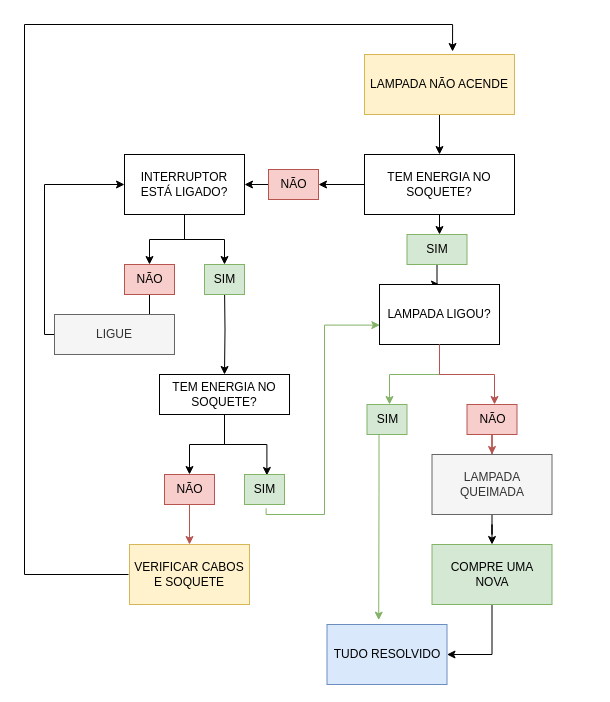
willfra/spotify keeps this draw.io diagram as Diagrama sem nome.drawio. Above is the earlier version. Source tidied: cells renumbered, new cells numbered last; positions are measured from the earlier drawing's top-left corner, leaving out a move shared by most shapes. Both pictures are drawn from the tidied source at 100%, with x=0, y=0 at pixel (24, 24).
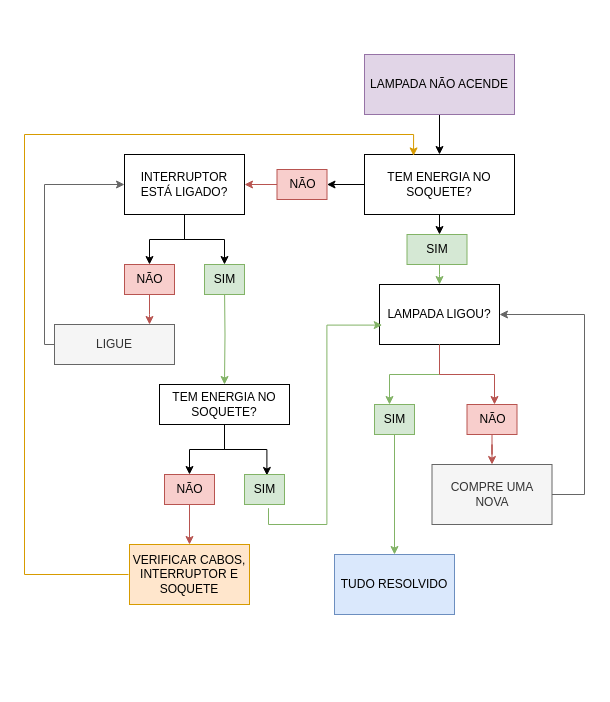
After the change.

The change refers to these unchanged cells:
```xml
<mxCell id="6" value="TEM ENERGIA NO SOQUETE?" style="rounded=0;whiteSpace=wrap;html=1;arcSize=50;" parent="1" vertex="1">
  <mxGeometry x="340" y="130" width="150" height="60" as="geometry" />
</mxCell>
<mxCell id="8" value="SIM" style="text;html=1;strokeColor=#82b366;fillColor=#d5e8d4;align=center;verticalAlign=middle;whiteSpace=wrap;rounded=0;" parent="1" vertex="1">
  <mxGeometry x="382.5" y="210" width="60" height="30" as="geometry" />
</mxCell>
<mxCell id="9" value="LAMPADA LIGOU?" style="whiteSpace=wrap;html=1;" parent="1" vertex="1">
  <mxGeometry x="355" y="260" width="120" height="60" as="geometry" />
</mxCell>
<mxCell id="14" value="INTERRUPTOR ESTÁ LIGADO?" style="whiteSpace=wrap;html=1;" parent="1" vertex="1">
  <mxGeometry x="100" y="130" width="120" height="60" as="geometry" />
</mxCell>
<mxCell id="20" value="NÃO" style="text;html=1;align=center;verticalAlign=middle;points=[];strokeColor=#b85450;fillColor=#f8cecc;" parent="1" vertex="1">
  <mxGeometry x="442.5" y="380" width="50" height="30" as="geometry" />
</mxCell>
<mxCell id="27" value="NÃO" style="text;html=1;align=center;verticalAlign=middle;points=[];strokeColor=#b85450;fillColor=#f8cecc;" parent="1" vertex="1">
  <mxGeometry x="100" y="240" width="50" height="30" as="geometry" />
</mxCell>
<mxCell id="36" value="SIM" style="text;html=1;align=center;verticalAlign=middle;points=[];strokeColor=#82b366;fillColor=#d5e8d4;" parent="1" vertex="1">
  <mxGeometry x="220" y="450" width="40" height="30" as="geometry" />
</mxCell>
```

The edit, as a diff of the source:
```diff
@@
-    <mxCell id="3" value="LAMPADA NÃO ACENDE" style="rounded=0;whiteSpace=wrap;html=1;arcSize=50;labelBackgroundColor=none;fillColor=#fff2cc;strokeColor=#d6b656;" parent="1" vertex="1">
+    <mxCell id="3" value="LAMPADA NÃO ACENDE" style="rounded=0;whiteSpace=wrap;html=1;arcSize=50;labelBackgroundColor=none;fillColor=#e1d5e7;strokeColor=#9673a6;" parent="1" vertex="1">
       <mxGeometry x="340" y="30" width="150" height="60" as="geometry" />
     </mxCell>
@@
-    <mxCell id="7" style="edgeStyle=orthogonalEdgeStyle;rounded=0;jettySize=auto;html=1;" parent="1" edge="1" source="8" target="9">
-      <mxGeometry relative="1" as="geometry" />
+    <mxCell id="7" style="edgeStyle=orthogonalEdgeStyle;rounded=0;jettySize=auto;html=1;entryX=0.5;entryY=0;entryDx=0;entryDy=0;fillColor=#d5e8d4;strokeColor=#82b366;" parent="1" edge="1" source="8" target="9">
+      <mxGeometry relative="1" as="geometry">
+        <Array as="points">
+          <mxPoint x="415" y="250" />
+          <mxPoint x="415" y="250" />
+        </Array>
+      </mxGeometry>
     </mxCell>
@@
-    <mxCell id="10" style="edgeStyle=orthogonalEdgeStyle;rounded=0;jettySize=auto;html=1;" parent="1" edge="1" source="11" target="14">
+    <mxCell id="10" style="edgeStyle=orthogonalEdgeStyle;rounded=0;jettySize=auto;html=1;fillColor=#f8cecc;strokeColor=#b85450;" parent="1" edge="1" source="11" target="14">
       <mxGeometry relative="1" as="geometry" />
     </mxCell>
     <mxCell id="11" value="NÃO" style="text;html=1;align=center;verticalAlign=middle;points=[];strokeColor=#b85450;fillColor=#f8cecc;" parent="1" vertex="1">
-      <mxGeometry x="244" y="145" width="50" height="30" as="geometry" />
+      <mxGeometry x="252.5" y="145" width="50" height="30" as="geometry" />
     </mxCell>
@@
-    <mxCell id="17" style="edgeStyle=orthogonalEdgeStyle;rounded=0;jettySize=auto;html=1;entryX=0.431;entryY=-0.072;entryDx=0;entryDy=0;entryPerimeter=0;fillColor=#d5e8d4;strokeColor=#82b366;" parent="1" edge="1" source="18" target="23">
-      <mxGeometry relative="1" as="geometry">
-        <Array as="points">
-          <mxPoint x="354.5" y="470" />
-          <mxPoint x="354.5" y="470" />
-        </Array>
-      </mxGeometry>
+    <mxCell id="17" style="edgeStyle=orthogonalEdgeStyle;rounded=0;jettySize=auto;html=1;entryX=0.5;entryY=0;entryDx=0;entryDy=0;fillColor=#d5e8d4;strokeColor=#82b366;" parent="1" edge="1" source="18" target="23">
+      <mxGeometry relative="1" as="geometry" />
     </mxCell>
     <mxCell id="18" value="SIM&lt;br&gt;" style="text;html=1;align=center;verticalAlign=middle;points=[];strokeColor=#82b366;fillColor=#d5e8d4;" parent="1" vertex="1">
-      <mxGeometry x="342.5" y="380" width="40" height="30" as="geometry" />
+      <mxGeometry x="350" y="380" width="40" height="30" as="geometry" />
     </mxCell>
-    <mxCell id="19" style="edgeStyle=orthogonalEdgeStyle;rounded=0;jettySize=auto;html=1;fillColor=#f8cecc;strokeColor=#b85450;" parent="1" edge="1" source="20" target="22">
-      <mxGeometry relative="1" as="geometry" />
-    </mxCell>
+    <mxCell id="41" style="edgeStyle=orthogonalEdgeStyle;rounded=0;jettySize=auto;html=1;fillColor=#f8cecc;strokeColor=#b85450;" parent="1" edge="1" source="20" target="31">
+      <mxGeometry relative="1" as="geometry" />
+    </mxCell>
@@
-    <mxCell id="21" style="edgeStyle=orthogonalEdgeStyle;rounded=0;jettySize=auto;html=1;" parent="1" edge="1" source="22" target="31">
-      <mxGeometry relative="1" as="geometry" />
-    </mxCell>
-    <mxCell id="22" value="LAMPADA QUEIMADA" style="whiteSpace=wrap;html=1;fillColor=#f5f5f5;fontColor=#333333;strokeColor=#666666;" parent="1" vertex="1">
-      <mxGeometry x="407.5" y="430" width="120" height="60" as="geometry" />
-    </mxCell>
     <mxCell id="23" value="TUDO RESOLVIDO" style="whiteSpace=wrap;html=1;fillColor=#dae8fc;strokeColor=#6c8ebf;" parent="1" vertex="1">
-      <mxGeometry x="302.5" y="600" width="120" height="60" as="geometry" />
+      <mxGeometry x="310" y="530" width="120" height="60" as="geometry" />
     </mxCell>
-    <mxCell id="24" style="edgeStyle=orthogonalEdgeStyle;rounded=0;jettySize=auto;html=1;entryX=0.5;entryY=0;entryDx=0;entryDy=0;" parent="1" edge="1" target="34">
+    <mxCell id="24" style="edgeStyle=orthogonalEdgeStyle;rounded=0;jettySize=auto;html=1;entryX=0.5;entryY=0;entryDx=0;entryDy=0;fillColor=#d5e8d4;strokeColor=#82b366;" parent="1" edge="1" target="34">
       <mxGeometry relative="1" as="geometry">
         <mxPoint x="200" y="260" as="sourcePoint" />
       </mxGeometry>
     </mxCell>
@@
-    <mxCell id="26" style="edgeStyle=orthogonalEdgeStyle;rounded=0;jettySize=auto;html=1;" parent="1" edge="1" source="27">
+    <mxCell id="26" style="edgeStyle=orthogonalEdgeStyle;rounded=0;jettySize=auto;html=1;fillColor=#f8cecc;strokeColor=#b85450;" parent="1" edge="1" source="27">
       <mxGeometry relative="1" as="geometry">
         <mxPoint x="125" y="300" as="targetPoint" />
       </mxGeometry>
     </mxCell>
@@
-    <mxCell id="28" style="edgeStyle=orthogonalEdgeStyle;rounded=0;jettySize=auto;html=1;entryX=0;entryY=0.5;entryDx=0;entryDy=0;" parent="1" edge="1" source="29" target="14">
+    <mxCell id="28" style="edgeStyle=orthogonalEdgeStyle;rounded=0;jettySize=auto;html=1;entryX=0;entryY=0.5;entryDx=0;entryDy=0;exitX=0;exitY=0.5;exitDx=0;exitDy=0;fillColor=#f5f5f5;strokeColor=#666666;" parent="1" edge="1" source="29" target="14">
       <mxGeometry relative="1" as="geometry">
         <Array as="points">
-          <mxPoint x="20" y="310" />
+          <mxPoint x="20" y="320" />
           <mxPoint x="20" y="160" />
         </Array>
       </mxGeometry>
     </mxCell>
     <mxCell id="29" value="LIGUE" style="whiteSpace=wrap;html=1;fillColor=#f5f5f5;fontColor=#333333;strokeColor=#666666;" parent="1" vertex="1">
-      <mxGeometry x="30" y="290" width="120" height="40" as="geometry" />
+      <mxGeometry x="30" y="300" width="120" height="40" as="geometry" />
     </mxCell>
-    <mxCell id="30" style="edgeStyle=orthogonalEdgeStyle;rounded=0;jettySize=auto;html=1;entryX=1;entryY=0.5;entryDx=0;entryDy=0;" parent="1" edge="1" source="31" target="23">
-      <mxGeometry relative="1" as="geometry" />
-    </mxCell>
+    <mxCell id="42" style="edgeStyle=orthogonalEdgeStyle;rounded=0;jettySize=auto;html=1;entryX=1;entryY=0.5;entryDx=0;entryDy=0;exitX=1;exitY=0.5;exitDx=0;exitDy=0;fillColor=#f5f5f5;strokeColor=#666666;" parent="1" edge="1" source="31" target="9">
+      <mxGeometry relative="1" as="geometry">
+        <Array as="points">
+          <mxPoint x="560" y="470" />
+          <mxPoint x="560" y="290" />
+        </Array>
+      </mxGeometry>
+    </mxCell>
-    <mxCell id="31" value="COMPRE UMA NOVA" style="whiteSpace=wrap;html=1;fillColor=#d5e8d4;strokeColor=#82b366;" parent="1" vertex="1">
-      <mxGeometry x="407.5" y="520" width="120" height="60" as="geometry" />
+    <mxCell id="31" value="COMPRE UMA NOVA" style="whiteSpace=wrap;html=1;fillColor=#f5f5f5;strokeColor=#666666;fontColor=#333333;" parent="1" vertex="1">
+      <mxGeometry x="407.5" y="440" width="120" height="60" as="geometry" />
     </mxCell>
@@
     <mxCell id="34" value="TEM ENERGIA NO SOQUETE?" style="whiteSpace=wrap;html=1;" parent="1" vertex="1">
-      <mxGeometry x="135" y="350" width="130" height="40" as="geometry" />
+      <mxGeometry x="135" y="360" width="130" height="40" as="geometry" />
     </mxCell>
-    <mxCell id="35" style="edgeStyle=orthogonalEdgeStyle;rounded=0;jettySize=auto;html=1;entryX=0.003;entryY=0.677;entryDx=0;entryDy=0;entryPerimeter=0;exitX=0.541;exitY=1.124;exitDx=0;exitDy=0;exitPerimeter=0;fillColor=#d5e8d4;strokeColor=#82b366;" parent="1" edge="1" source="36" target="9">
+    <mxCell id="35" style="edgeStyle=orthogonalEdgeStyle;rounded=0;orthogonalLoop=1;jettySize=auto;html=1;entryX=0.003;entryY=0.677;entryDx=0;entryDy=0;entryPerimeter=0;exitX=0.541;exitY=1.124;exitDx=0;exitDy=0;exitPerimeter=0;fillColor=#d5e8d4;strokeColor=#82b366;" parent="1" edge="1">
       <mxGeometry relative="1" as="geometry">
+        <mxPoint x="244" y="483.7" as="sourcePoint" />
+        <mxPoint x="357.7" y="300.6" as="targetPoint" />
         <Array as="points">
-          <mxPoint x="242" y="490" />
-          <mxPoint x="300" y="490" />
-          <mxPoint x="300" y="301" />
+          <mxPoint x="244.4" y="500" />
+          <mxPoint x="302.4" y="500" />
+          <mxPoint x="302.4" y="301" />
         </Array>
       </mxGeometry>
     </mxCell>
@@
-    <mxCell id="39" style="edgeStyle=orthogonalEdgeStyle;rounded=0;jettySize=auto;html=1;entryX=0.587;entryY=-0.05;entryDx=0;entryDy=0;entryPerimeter=0;" parent="1" edge="1" target="3">
+    <mxCell id="39" style="edgeStyle=orthogonalEdgeStyle;rounded=0;jettySize=auto;html=1;entryX=0.327;entryY=0.024;entryDx=0;entryDy=0;entryPerimeter=0;fillColor=#ffe6cc;strokeColor=#d79b00;" parent="1" edge="1" target="6">
       <mxGeometry relative="1" as="geometry">
         <mxPoint x="104" y="550" as="sourcePoint" />
         <Array as="points">
           <mxPoint y="550" />
-          <mxPoint />
-          <mxPoint x="428" />
+          <mxPoint y="110" />
+          <mxPoint x="389" y="110" />
         </Array>
       </mxGeometry>
     </mxCell>
-    <mxCell id="40" value="VERIFICAR CABOS E SOQUETE" style="whiteSpace=wrap;html=1;fillColor=#fff2cc;strokeColor=#d6b656;" parent="1" vertex="1">
+    <mxCell id="40" value="VERIFICAR CABOS, INTERRUPTOR E SOQUETE" style="whiteSpace=wrap;html=1;fillColor=#ffe6cc;strokeColor=#d79b00;" parent="1" vertex="1">
       <mxGeometry x="105" y="520" width="120" height="60" as="geometry" />
     </mxCell>
```
